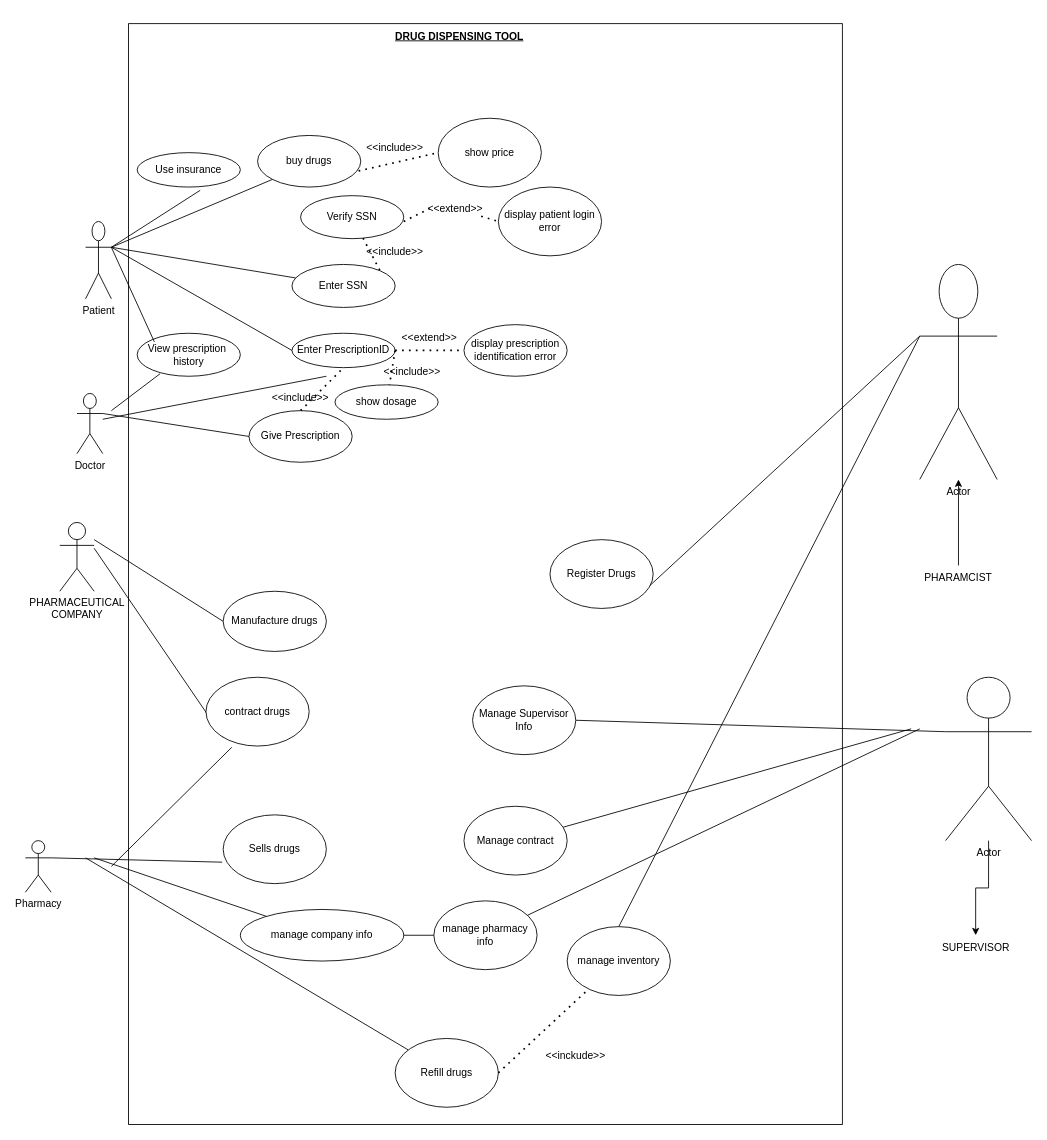
This is Case diagram.drawio from Charlene393/Demo, a draw.io file, before an edit. Source tidied: cells renumbered, new cells numbered last; positions are measured from the earlier drawing's top-left corner, leaving out a move shared by most shapes. Both pictures are drawn from the tidied source at 86%, with x=0, y=0 at pixel (25, 15).
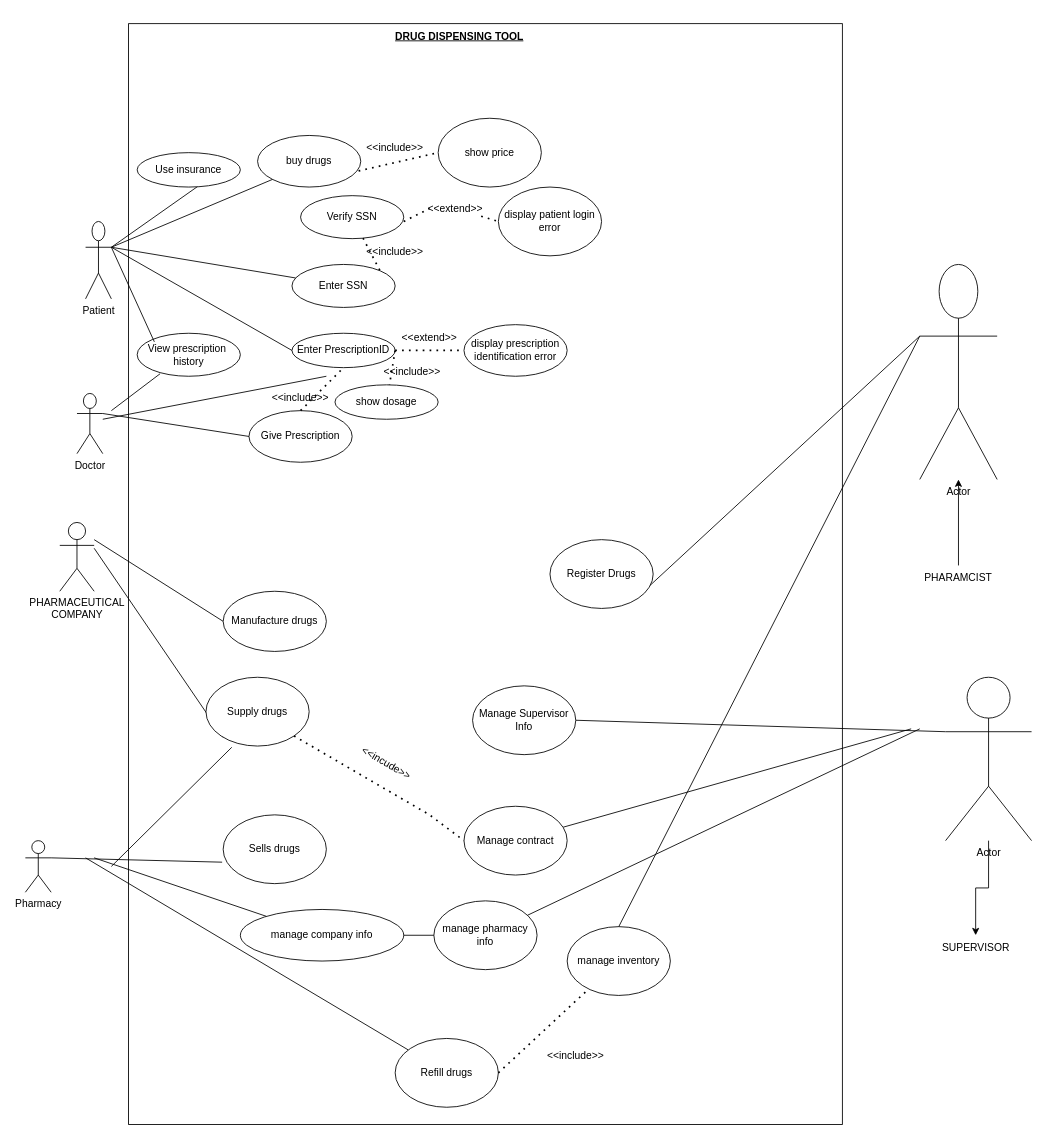
The same page after the edit.

Unchanged cells that the change refers to:
```xml
<mxCell id="26" value="Use insurance" style="ellipse;whiteSpace=wrap;html=1;" parent="1" vertex="1">
  <mxGeometry x="130" y="160" width="120" height="40" as="geometry" />
</mxCell>
<mxCell id="62" value="Manage contract" style="ellipse;whiteSpace=wrap;html=1;" parent="1" vertex="1">
  <mxGeometry x="510" y="920" width="120" height="80" as="geometry" />
</mxCell>
```

The edit, as a diff of the source:
```diff
@@
-    <mxCell id="25" style="endArrow=none;html=1;rounded=0;entryX=0.611;entryY=1.094;entryDx=0;entryDy=0;entryPerimeter=0;" parent="1" edge="1" target="26">
+    <mxCell id="25" style="endArrow=none;html=1;rounded=0;entryX=0.606;entryY=0.941;entryDx=0;entryDy=0;entryPerimeter=0;" parent="1" edge="1" target="26">
       <mxGeometry relative="1" as="geometry">
         <mxPoint x="100" y="270" as="sourcePoint" />
       </mxGeometry>
     </mxCell>
@@
-    <mxCell id="43" value="contract drugs" style="ellipse;whiteSpace=wrap;html=1;" parent="1" vertex="1">
+    <mxCell id="43" value="Supply drugs" style="ellipse;whiteSpace=wrap;html=1;" parent="1" vertex="1">
       <mxGeometry x="210" y="770" width="120" height="80" as="geometry" />
     </mxCell>
@@
-    <mxCell id="65" value="&amp;lt;&amp;lt;inckude&amp;gt;&amp;gt;&lt;br&gt;" style="text;html=1;strokeColor=none;fillColor=none;align=center;verticalAlign=middle;whiteSpace=wrap;rounded=0;" parent="1" vertex="1">
+    <mxCell id="65" value="&amp;lt;&amp;lt;include&amp;gt;&amp;gt;" style="text;html=1;strokeColor=none;fillColor=none;align=center;verticalAlign=middle;whiteSpace=wrap;rounded=0;" parent="1" vertex="1">
       <mxGeometry x="610" y="1170" width="60" height="80" as="geometry" />
     </mxCell>
@@
+    <mxCell id="70" style="endArrow=none;dashed=1;html=1;dashPattern=1 3;strokeWidth=2;rounded=0;entryX=0;entryY=0.5;entryDx=0;entryDy=0;exitX=1;exitY=1;exitDx=0;exitDy=0;" parent="1" edge="1" source="43" target="62">
+      <mxGeometry relative="1" as="geometry">
+        <Array as="points">
+          <mxPoint x="470" y="930" />
+        </Array>
+      </mxGeometry>
+    </mxCell>
+    <mxCell id="71" value="&amp;lt;&amp;lt;incude&amp;gt;&amp;gt;&lt;br&gt;" style="text;html=1;strokeColor=none;fillColor=none;align=center;verticalAlign=middle;whiteSpace=wrap;rounded=0;rotation=30;" parent="1" vertex="1">
+      <mxGeometry x="390" y="850" width="60" height="40" as="geometry" />
+    </mxCell>
```
